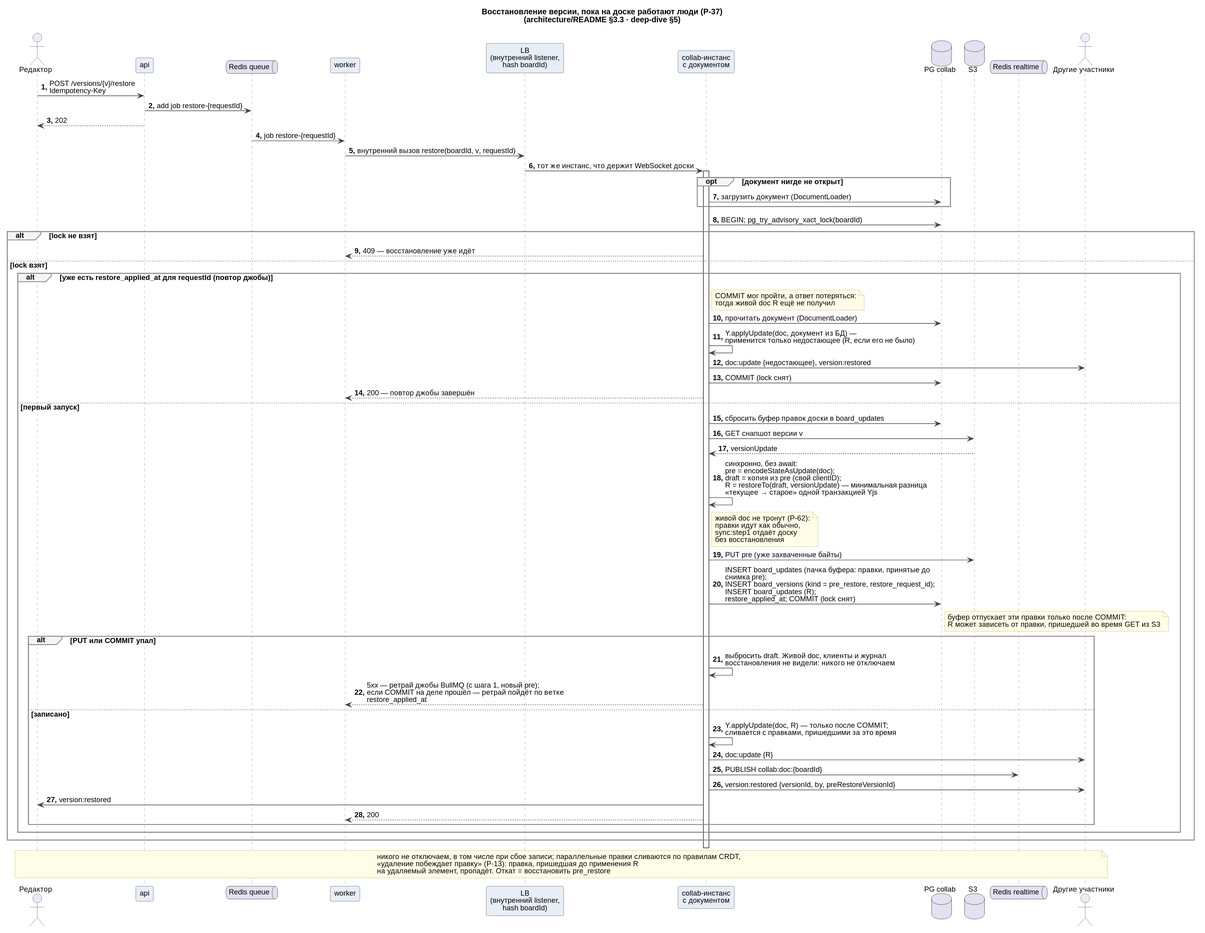
fanera-team/fanera keeps this PlantUML diagram as docs/system-design/sequences/detailed/07-version-restore.svg. Above is the earlier version.
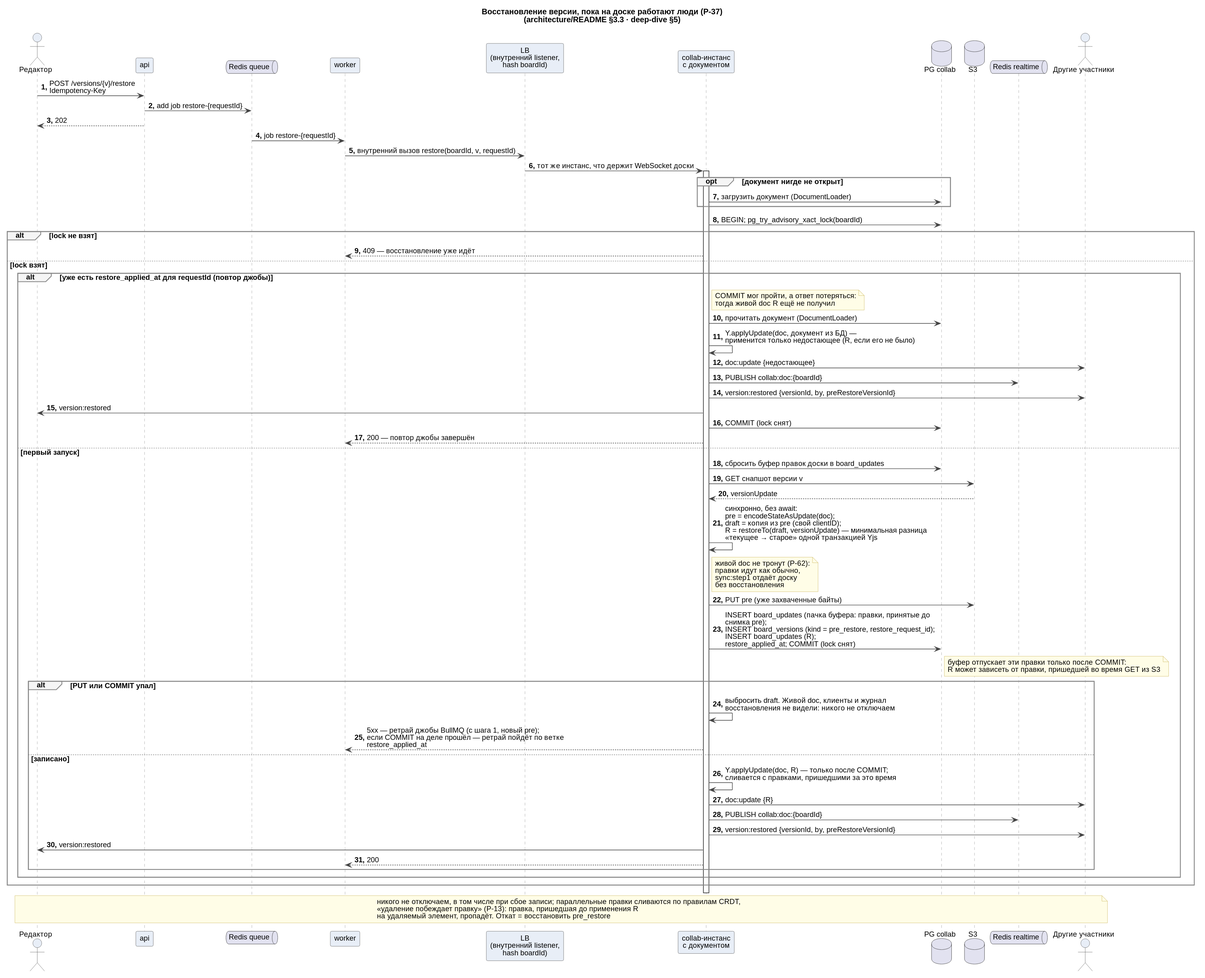
After the change.

Diff of the diagram source:
```diff
@@ -32,7 +32,10 @@
     note right of COL : COMMIT мог пройти, а ответ потеряться:\nтогда живой doc R ещё не получил
     COL -> PG : прочитать документ (DocumentLoader)
     COL -> COL : Y.applyUpdate(doc, документ из БД) —\nприменится только недостающее (R, если его не было)
-    COL -> O : doc:update {недостающее}, version:restored
+    COL -> O : doc:update {недостающее}
+    COL -> R : PUBLISH collab:doc:{boardId}
+    COL -> O : version:restored {versionId, by, preRestoreVersionId}
+    COL -> U : version:restored
     COL -> PG : COMMIT (lock снят)
     COL --> W : 200 — повтор джобы завершён
   else первый запуск
```
